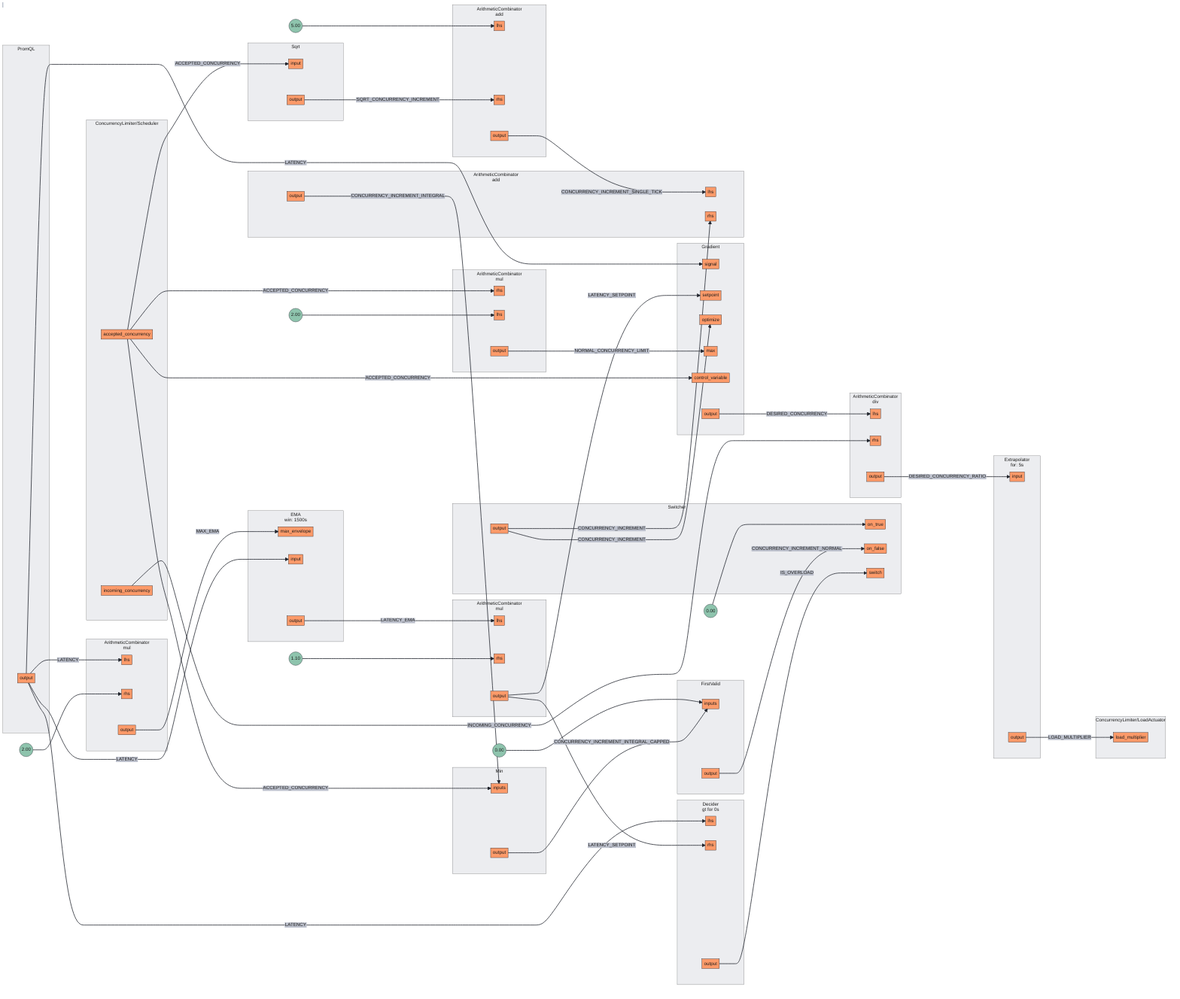
fluxninja/aperture keeps this Mermaid diagram as docs/content/tutorials/flow-control/assets/workload-prioritization/workload-prioritization.mmd.png. Above is the earlier version. Its source is kept beside it as docs/content/tutorials/flow-control/assets/workload-prioritization/workload-prioritization.mmd.
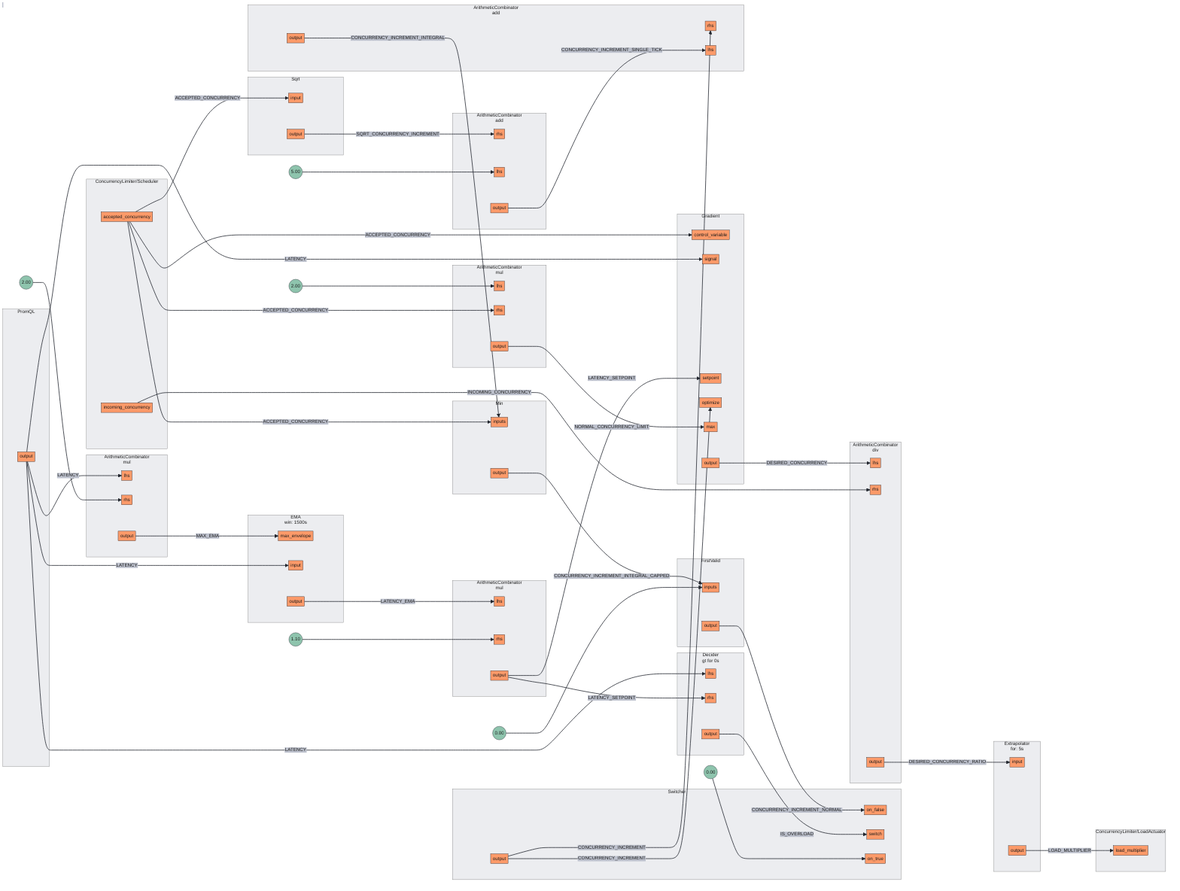
The same diagram one commit later.

Change to the diagram source:
```diff
@@ -39,8 +39,8 @@
 subgraph 3[<center>ArithmeticCombinator<br/>mul</center>]
 subgraph 3_inports[ ]
 style 3_inports fill:none,stroke:none
+3lhs[lhs]
 3rhs[rhs]
-3lhs[lhs]
 end
 subgraph 3_outports[ ]
 style 3_outports fill:none,stroke:none
@@ -52,8 +52,8 @@
 subgraph 4[<center>ArithmeticCombinator<br/>add</center>]
 subgraph 4_inports[ ]
 style 4_inports fill:none,stroke:none
+4rhs[rhs]
 4lhs[lhs]
-4rhs[rhs]
 end
 subgraph 4_outports[ ]
 style 4_outports fill:none,stroke:none
@@ -65,8 +65,8 @@
 subgraph 5[<center>ArithmeticCombinator<br/>add</center>]
 subgraph 5_inports[ ]
 style 5_inports fill:none,stroke:none
+5rhs[rhs]
 5lhs[lhs]
-5rhs[rhs]
 end
 subgraph 5_outports[ ]
 style 5_outports fill:none,stroke:none
@@ -127,11 +127,11 @@
 subgraph 11[Gradient]
 subgraph 11_inports[ ]
 style 11_inports fill:none,stroke:none
+11control_variable[control_variable]
 11signal[signal]
 11setpoint[setpoint]
 11optimize[optimize]
 11max[max]
-11control_variable[control_variable]
 end
 subgraph 11_outports[ ]
 style 11_outports fill:none,stroke:none
@@ -151,8 +151,8 @@
 subgraph 13.Scheduler[ConcurrencyLimiter/Scheduler]
 subgraph 13.Scheduler_outports[ ]
 style 13.Scheduler_outports fill:none,stroke:none
+13.Schedulerincoming_concurrency[incoming_concurrency]
 13.Scheduleraccepted_concurrency[accepted_concurrency]
-13.Schedulerincoming_concurrency[incoming_concurrency]
 end
 end
 subgraph 13.LoadActuator[ConcurrencyLimiter/LoadActuator]
@@ -164,9 +164,9 @@
 subgraph 15[Switcher]
 subgraph 15_inports[ ]
 style 15_inports fill:none,stroke:none
-15on_true[on_true]
 15on_false[on_false]
 15switch[switch]
+15on_true[on_true]
 end
 subgraph 15_outports[ ]
 style 15_outports fill:none,stroke:none
@@ -186,28 +186,28 @@
 14output[output]
 end
 end
-7output --> |CONCURRENCY_INCREMENT_NORMAL| 15on_false
-10output --> |LATENCY_EMA| 1lhs
-11output --> |DESIRED_CONCURRENCY| 2lhs
-1output --> |LATENCY_SETPOINT| 11setpoint
-1output --> |LATENCY_SETPOINT| 14rhs
 3output --> |NORMAL_CONCURRENCY_LIMIT| 11max
-4output --> |CONCURRENCY_INCREMENT_SINGLE_TICK| 5lhs
-13.Schedulerincoming_concurrency --> |INCOMING_CONCURRENCY| 2rhs
-15output --> |CONCURRENCY_INCREMENT| 5rhs
-15output --> |CONCURRENCY_INCREMENT| 11optimize
-5output --> |CONCURRENCY_INCREMENT_INTEGRAL| 6inputs
-6output --> |CONCURRENCY_INCREMENT_INTEGRAL_CAPPED| 7inputs
 12output --> |LOAD_MULTIPLIER| 13.LoadActuatorload_multiplier
-14output --> |IS_OVERLOAD| 15switch
+0output --> |MAX_EMA| 10max_envelope
 2output --> |DESIRED_CONCURRENCY_RATIO| 12input
 8output --> |SQRT_CONCURRENCY_INCREMENT| 4rhs
 9output --> |LATENCY| 0lhs
 9output --> |LATENCY| 10input
 9output --> |LATENCY| 11signal
 9output --> |LATENCY| 14lhs
-0output --> |MAX_EMA| 10max_envelope
 13.Scheduleraccepted_concurrency --> |ACCEPTED_CONCURRENCY| 3rhs
 13.Scheduleraccepted_concurrency --> |ACCEPTED_CONCURRENCY| 6inputs
 13.Scheduleraccepted_concurrency --> |ACCEPTED_CONCURRENCY| 8input
 13.Scheduleraccepted_concurrency --> |ACCEPTED_CONCURRENCY| 11control_variable
+6output --> |CONCURRENCY_INCREMENT_INTEGRAL_CAPPED| 7inputs
+7output --> |CONCURRENCY_INCREMENT_NORMAL| 15on_false
+10output --> |LATENCY_EMA| 1lhs
+1output --> |LATENCY_SETPOINT| 11setpoint
+1output --> |LATENCY_SETPOINT| 14rhs
+4output --> |CONCURRENCY_INCREMENT_SINGLE_TICK| 5lhs
+5output --> |CONCURRENCY_INCREMENT_INTEGRAL| 6inputs
+11output --> |DESIRED_CONCURRENCY| 2lhs
+13.Schedulerincoming_concurrency --> |INCOMING_CONCURRENCY| 2rhs
+14output --> |IS_OVERLOAD| 15switch
+15output --> |CONCURRENCY_INCREMENT| 5rhs
+15output --> |CONCURRENCY_INCREMENT| 11optimize
```
